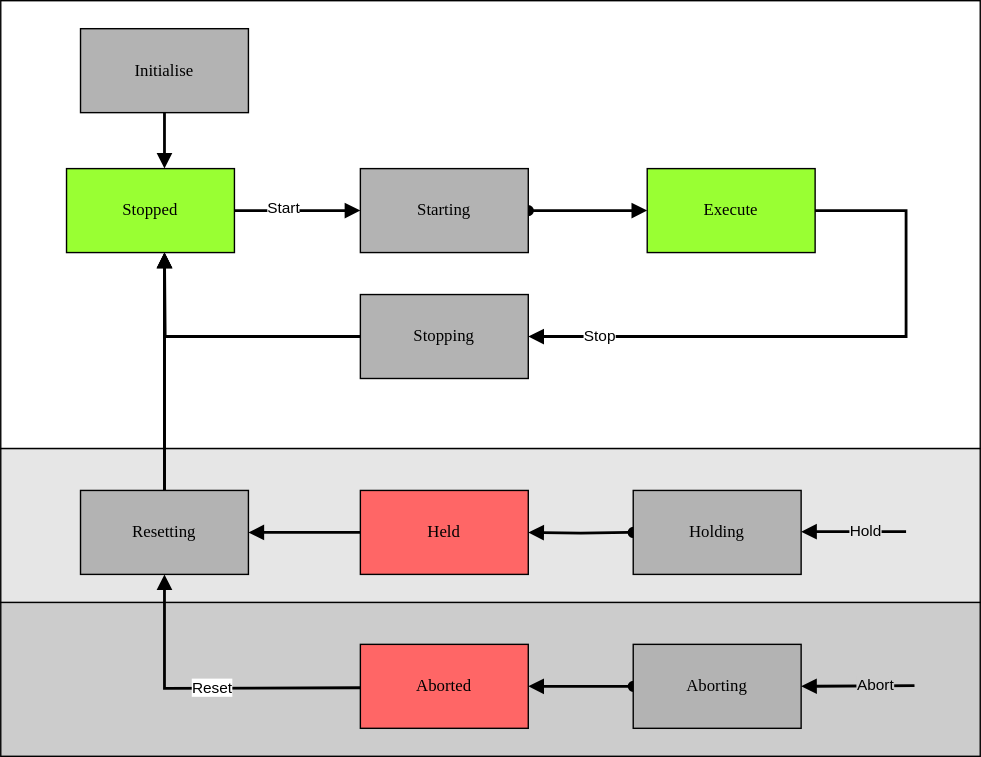
PeterZerlauth/Tc3_Component keeps this draw.io diagram as docs/StateMachine.drawio.svg. Above is the earlier version. Source tidied: cells renumbered, new cells last; positions are measured from the earlier drawing's top-left corner, leaving out a move shared by most shapes.
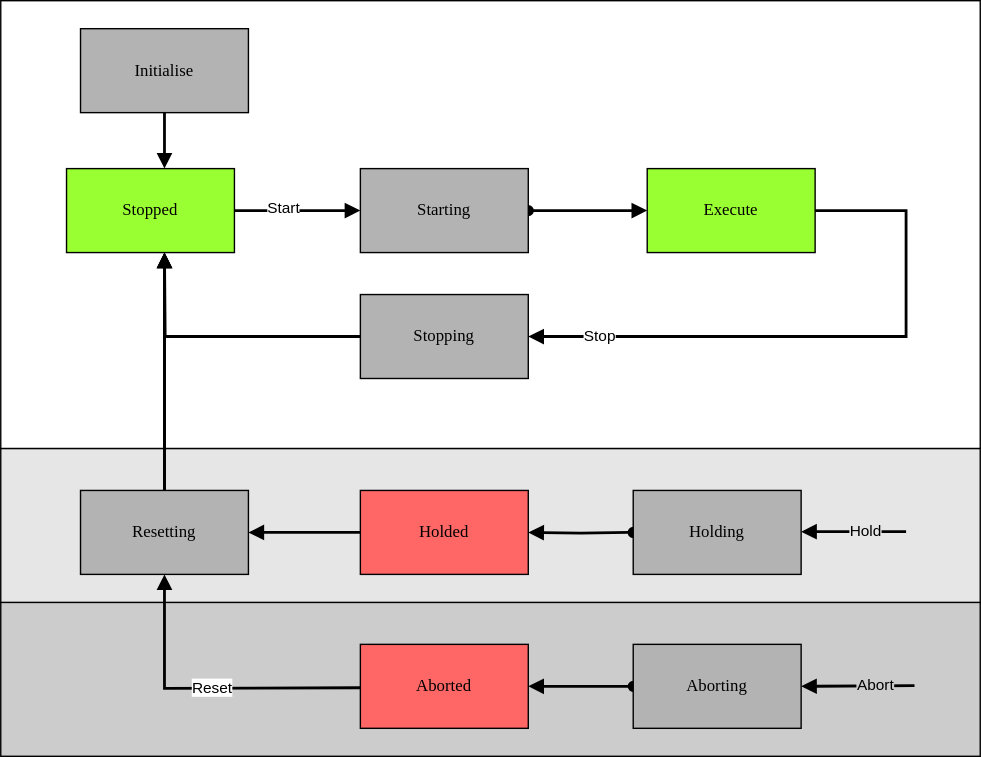
Above is the later version.

Diff of the diagram source:
```diff
@@ -25,7 +25,7 @@
         <mxPoint x="117" y="180" as="targetPoint" />
       </mxGeometry>
     </mxCell>
-    <mxCell id="9" value="Held" style="rounded=0;whiteSpace=wrap;html=1;arcSize=24;fillColor=#FF6666;strokeColor=#000000;shadow=0;comic=0;labelBackgroundColor=none;fontFamily=Verdana;fontSize=12;fontColor=#000000;align=center;" parent="1" vertex="1">
+    <mxCell id="9" value="Holded" style="rounded=0;whiteSpace=wrap;html=1;arcSize=24;fillColor=#FF6666;strokeColor=#000000;shadow=0;comic=0;labelBackgroundColor=none;fontFamily=Verdana;fontSize=12;fontColor=#000000;align=center;" parent="1" vertex="1">
       <mxGeometry x="257" y="350" width="120" height="60" as="geometry" />
     </mxCell>
     <mxCell id="10" value="Aborted" style="rounded=0;whiteSpace=wrap;html=1;arcSize=24;fillColor=#FF6666;strokeColor=#000000;shadow=0;comic=0;labelBackgroundColor=none;fontFamily=Verdana;fontSize=12;fontColor=#000000;align=center;" parent="1" vertex="1">
```
